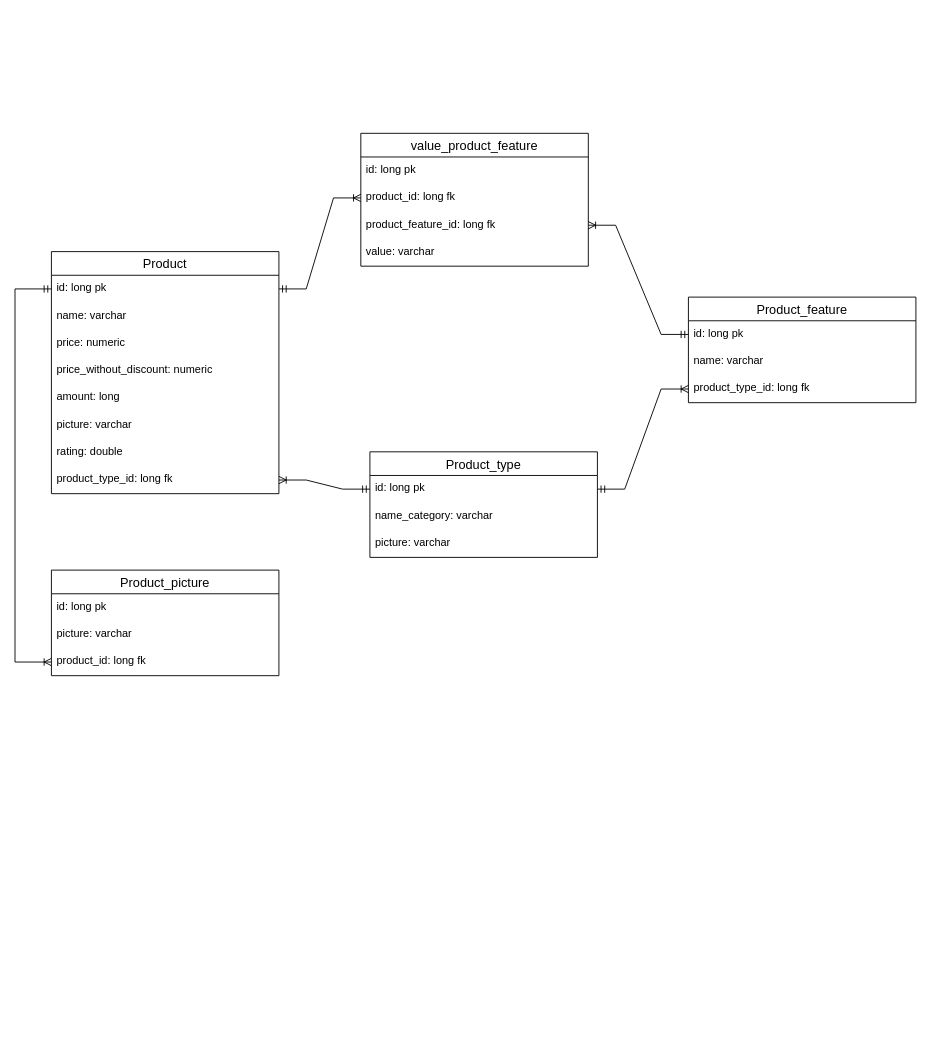
dis000/dynamic_store keeps this draw.io diagram as 1111.drawio. Above is the earlier version. Source tidied: cells renumbered, new cells numbered last; positions are measured from the earlier drawing's top-left corner, leaving out a move shared by most shapes. Both pictures are drawn from the tidied source at 91%, with x=0, y=0 at pixel (15, 133).
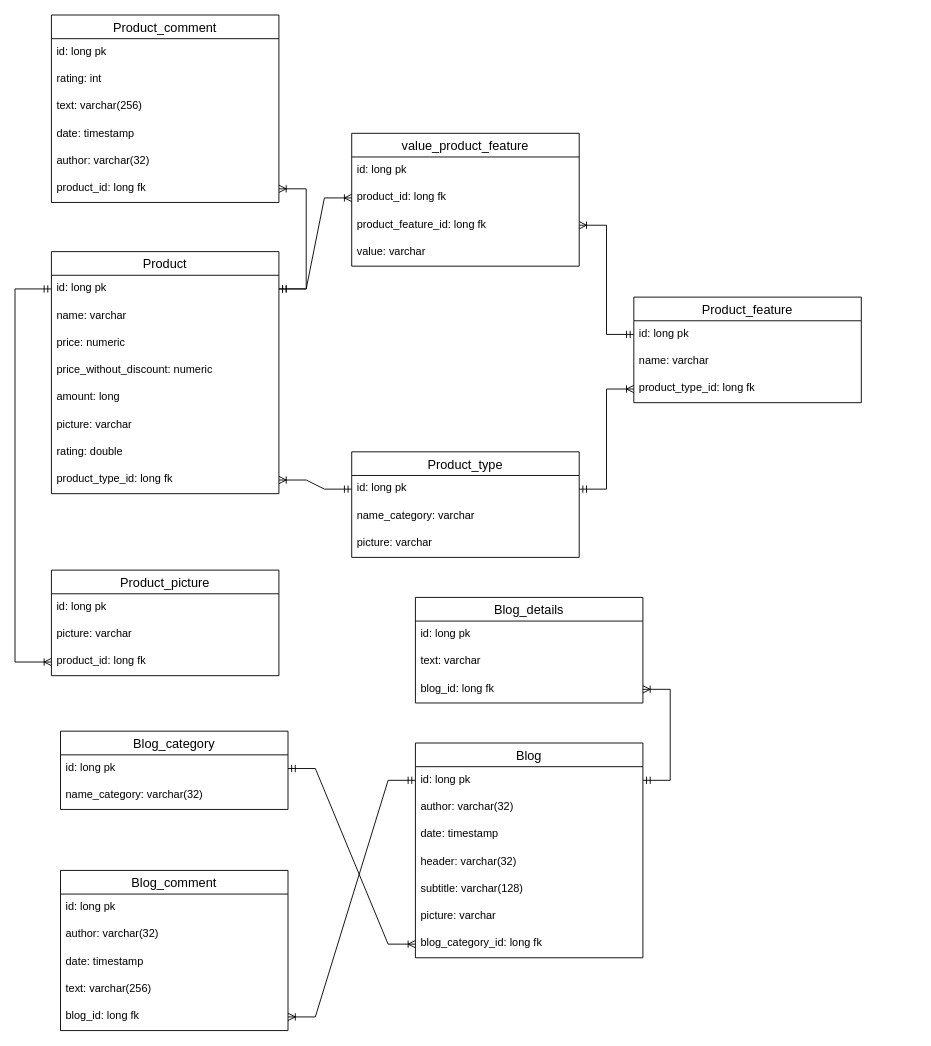
The same page after the edit.

Unchanged cells that the change refers to:
```xml
<mxCell id="4" value="id: long pk" style="text;strokeColor=none;fillColor=none;spacingLeft=4;spacingRight=4;overflow=hidden;points=[[0,0.5],[1,0.5]];portConstraint=eastwest;fontSize=12;" parent="3" vertex="1">
  <mxGeometry y="26" width="250" height="30" as="geometry" />
</mxCell>
```

Change to the diagram source:
```diff
@@
     <mxCell id="12" value="Product_type" style="swimlane;fontStyle=0;horizontal=1;startSize=26;align=center;fontSize=14;" parent="1" vertex="1">
-      <mxGeometry x="390" y="350" width="250" height="116" as="geometry" />
+      <mxGeometry x="370" y="350" width="250" height="116" as="geometry" />
     </mxCell>
@@
     <mxCell id="20" value="Product_feature" style="swimlane;fontStyle=0;horizontal=1;startSize=26;align=center;fontSize=14;" parent="1" vertex="1">
-      <mxGeometry x="740" y="180" width="250" height="116" as="geometry" />
+      <mxGeometry x="680" y="180" width="250" height="116" as="geometry" />
     </mxCell>
@@
     <mxCell id="24" value="value_product_feature" style="swimlane;fontStyle=0;horizontal=1;startSize=26;align=center;fontSize=14;" parent="1" vertex="1">
-      <mxGeometry x="380" width="250" height="146" as="geometry" />
+      <mxGeometry x="370" width="250" height="146" as="geometry" />
     </mxCell>
@@
+    <mxCell id="33" value="Blog_category" style="swimlane;fontStyle=0;horizontal=1;startSize=26;align=center;fontSize=14;" parent="1" vertex="1">
+      <mxGeometry x="50" y="657" width="250" height="86" as="geometry" />
+    </mxCell>
+    <mxCell id="34" value="id: long pk" style="text;strokeColor=none;fillColor=none;spacingLeft=4;spacingRight=4;overflow=hidden;points=[[0,0.5],[1,0.5]];portConstraint=eastwest;fontSize=12;" parent="33" vertex="1">
+      <mxGeometry y="26" width="250" height="30" as="geometry" />
+    </mxCell>
+    <mxCell id="35" value="name_category: varchar(32)" style="text;strokeColor=none;fillColor=none;spacingLeft=4;spacingRight=4;overflow=hidden;fontSize=12;" parent="33" vertex="1">
+      <mxGeometry y="56" width="250" height="30" as="geometry" />
+    </mxCell>
+    <mxCell id="36" value="Blog" style="swimlane;fontStyle=0;horizontal=1;startSize=26;align=center;fontSize=14;" parent="1" vertex="1">
+      <mxGeometry x="440" y="670" width="250" height="236" as="geometry" />
+    </mxCell>
+    <mxCell id="37" value="id: long pk" style="text;strokeColor=none;fillColor=none;spacingLeft=4;spacingRight=4;overflow=hidden;points=[[0,0.5],[1,0.5]];portConstraint=eastwest;fontSize=12;" parent="36" vertex="1">
+      <mxGeometry y="26" width="250" height="30" as="geometry" />
+    </mxCell>
+    <mxCell id="38" value="author: varchar(32)" style="text;strokeColor=none;fillColor=none;spacingLeft=4;spacingRight=4;overflow=hidden;fontSize=12;" parent="36" vertex="1">
+      <mxGeometry y="56" width="250" height="30" as="geometry" />
+    </mxCell>
+    <mxCell id="39" value="date: timestamp" style="text;strokeColor=none;fillColor=none;spacingLeft=4;spacingRight=4;overflow=hidden;fontSize=12;" parent="36" vertex="1">
+      <mxGeometry y="86" width="250" height="30" as="geometry" />
+    </mxCell>
+    <mxCell id="40" value="header: varchar(32)" style="text;strokeColor=none;fillColor=none;spacingLeft=4;spacingRight=4;overflow=hidden;fontSize=12;" parent="36" vertex="1">
+      <mxGeometry y="116" width="250" height="30" as="geometry" />
+    </mxCell>
+    <mxCell id="41" value="subtitle: varchar(128)" style="text;strokeColor=none;fillColor=none;spacingLeft=4;spacingRight=4;overflow=hidden;fontSize=12;" parent="36" vertex="1">
+      <mxGeometry y="146" width="250" height="30" as="geometry" />
+    </mxCell>
+    <mxCell id="42" value="picture: varchar" style="text;strokeColor=none;fillColor=none;spacingLeft=4;spacingRight=4;overflow=hidden;fontSize=12;" parent="36" vertex="1">
+      <mxGeometry y="176" width="250" height="30" as="geometry" />
+    </mxCell>
+    <mxCell id="43" value="blog_category_id: long fk" style="text;strokeColor=none;fillColor=none;spacingLeft=4;spacingRight=4;overflow=hidden;points=[[0,0.5],[1,0.5]];portConstraint=eastwest;fontSize=12;" parent="36" vertex="1">
+      <mxGeometry y="206" width="250" height="30" as="geometry" />
+    </mxCell>
+    <mxCell id="44" style="edgeStyle=entityRelationEdgeStyle;fontSize=12;html=1;endArrow=ERoneToMany;startArrow=ERmandOne;rounded=0;" parent="1" edge="1" source="34" target="43">
+      <mxGeometry relative="1" as="geometry" />
+    </mxCell>
+    <mxCell id="45" value="Blog_details" style="swimlane;fontStyle=0;horizontal=1;startSize=26;align=center;fontSize=14;" parent="1" vertex="1">
+      <mxGeometry x="440" y="510" width="250" height="116" as="geometry" />
+    </mxCell>
+    <mxCell id="46" value="id: long pk" style="text;strokeColor=none;fillColor=none;spacingLeft=4;spacingRight=4;overflow=hidden;fontSize=12;" parent="45" vertex="1">
+      <mxGeometry y="26" width="250" height="30" as="geometry" />
+    </mxCell>
+    <mxCell id="47" value="text: varchar" style="text;strokeColor=none;fillColor=none;spacingLeft=4;spacingRight=4;overflow=hidden;fontSize=12;" parent="45" vertex="1">
+      <mxGeometry y="56" width="250" height="30" as="geometry" />
+    </mxCell>
+    <mxCell id="48" value="blog_id: long fk" style="text;strokeColor=none;fillColor=none;spacingLeft=4;spacingRight=4;overflow=hidden;points=[[0,0.5],[1,0.5]];portConstraint=eastwest;fontSize=12;" parent="45" vertex="1">
+      <mxGeometry y="86" width="250" height="30" as="geometry" />
+    </mxCell>
+    <mxCell id="49" style="edgeStyle=entityRelationEdgeStyle;fontSize=12;html=1;endArrow=ERoneToMany;startArrow=ERmandOne;rounded=0;" parent="1" edge="1" source="37" target="48">
+      <mxGeometry relative="1" as="geometry" />
+    </mxCell>
+    <mxCell id="50" value="Blog_comment" style="swimlane;fontStyle=0;horizontal=1;startSize=26;align=center;fontSize=14;" parent="1" vertex="1">
+      <mxGeometry x="50" y="810" width="250" height="176" as="geometry" />
+    </mxCell>
+    <mxCell id="51" value="id: long pk" style="text;strokeColor=none;fillColor=none;spacingLeft=4;spacingRight=4;overflow=hidden;fontSize=12;" parent="50" vertex="1">
+      <mxGeometry y="26" width="250" height="30" as="geometry" />
+    </mxCell>
+    <mxCell id="52" value="author: varchar(32)" style="text;strokeColor=none;fillColor=none;spacingLeft=4;spacingRight=4;overflow=hidden;fontSize=12;" parent="50" vertex="1">
+      <mxGeometry y="56" width="250" height="30" as="geometry" />
+    </mxCell>
+    <mxCell id="53" value="date: timestamp" style="text;strokeColor=none;fillColor=none;spacingLeft=4;spacingRight=4;overflow=hidden;fontSize=12;" parent="50" vertex="1">
+      <mxGeometry y="86" width="250" height="30" as="geometry" />
+    </mxCell>
+    <mxCell id="54" value="text: varchar(256)" style="text;strokeColor=none;fillColor=none;spacingLeft=4;spacingRight=4;overflow=hidden;fontSize=12;" parent="50" vertex="1">
+      <mxGeometry y="116" width="250" height="30" as="geometry" />
+    </mxCell>
+    <mxCell id="55" value="blog_id: long fk" style="text;strokeColor=none;fillColor=none;spacingLeft=4;spacingRight=4;overflow=hidden;points=[[0,0.5],[1,0.5]];portConstraint=eastwest;fontSize=12;" parent="50" vertex="1">
+      <mxGeometry y="146" width="250" height="30" as="geometry" />
+    </mxCell>
+    <mxCell id="56" style="edgeStyle=entityRelationEdgeStyle;fontSize=12;html=1;endArrow=ERoneToMany;startArrow=ERmandOne;rounded=0;" parent="1" edge="1" source="37" target="55">
+      <mxGeometry relative="1" as="geometry" />
+    </mxCell>
+    <mxCell id="57" value="Product_comment" style="swimlane;fontStyle=0;horizontal=1;startSize=26;align=center;fontSize=14;" parent="1" vertex="1">
+      <mxGeometry x="40" y="-130" width="250" height="206" as="geometry" />
+    </mxCell>
+    <mxCell id="58" value="id: long pk" style="text;strokeColor=none;fillColor=none;spacingLeft=4;spacingRight=4;overflow=hidden;fontSize=12;" parent="57" vertex="1">
+      <mxGeometry y="26" width="250" height="30" as="geometry" />
+    </mxCell>
+    <mxCell id="59" value="rating: int" style="text;strokeColor=none;fillColor=none;spacingLeft=4;spacingRight=4;overflow=hidden;fontSize=12;" parent="57" vertex="1">
+      <mxGeometry y="56" width="250" height="30" as="geometry" />
+    </mxCell>
+    <mxCell id="60" value="text: varchar(256)" style="text;strokeColor=none;fillColor=none;spacingLeft=4;spacingRight=4;overflow=hidden;fontSize=12;" parent="57" vertex="1">
+      <mxGeometry y="86" width="250" height="30" as="geometry" />
+    </mxCell>
+    <mxCell id="61" value="date: timestamp" style="text;strokeColor=none;fillColor=none;spacingLeft=4;spacingRight=4;overflow=hidden;fontSize=12;" parent="57" vertex="1">
+      <mxGeometry y="116" width="250" height="30" as="geometry" />
+    </mxCell>
+    <mxCell id="62" value="author: varchar(32)" style="text;strokeColor=none;fillColor=none;spacingLeft=4;spacingRight=4;overflow=hidden;fontSize=12;" parent="57" vertex="1">
+      <mxGeometry y="146" width="250" height="30" as="geometry" />
+    </mxCell>
+    <mxCell id="63" value="product_id: long fk" style="text;strokeColor=none;fillColor=none;spacingLeft=4;spacingRight=4;overflow=hidden;points=[[0,0.5],[1,0.5]];portConstraint=eastwest;fontSize=12;" parent="57" vertex="1">
+      <mxGeometry y="176" width="250" height="30" as="geometry" />
+    </mxCell>
+    <mxCell id="64" style="edgeStyle=entityRelationEdgeStyle;fontSize=12;html=1;endArrow=ERoneToMany;startArrow=ERmandOne;rounded=0;" parent="1" edge="1" source="4" target="63">
+      <mxGeometry relative="1" as="geometry" />
+    </mxCell>
```
